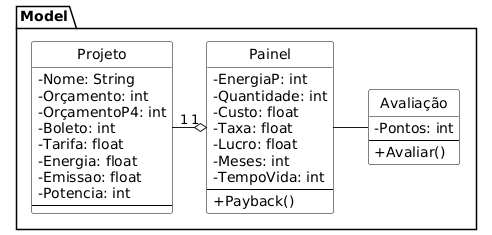
JoaoPinheiross/projeto_avpa keeps this PlantUML diagram as diagramas/diagrama_classe.png. Above is the earlier version. Source of this version:
```plantuml
@startuml
skinparam style strictuml
skinparam Class {
    BackgroundColor white
    BorderColor black
    IconFontSize 0
}

skinparam classAttributeIconSize 0

package "Model" {

class Projeto {
    - Nome: String
    - Orçamento: int
    - OrçamentoP4: int
    - Boleto: int
    - Tarifa: float
    - Energia: float
    - Emissao: float
    - Potencia: int
    --
}

class Painel {
    - EnergiaP: int
    - Quantidade: int
    - Custo: float
    - Taxa: float
    - Lucro: float
    - Meses: int
    - TempoVida: int
    --
    + Payback()
}

class Avaliação {
    - Pontos: int
    --
    + Avaliar()
}

Projeto "1" -r-o "1" Painel
Painel -r- Avaliação

}
@enduml
```
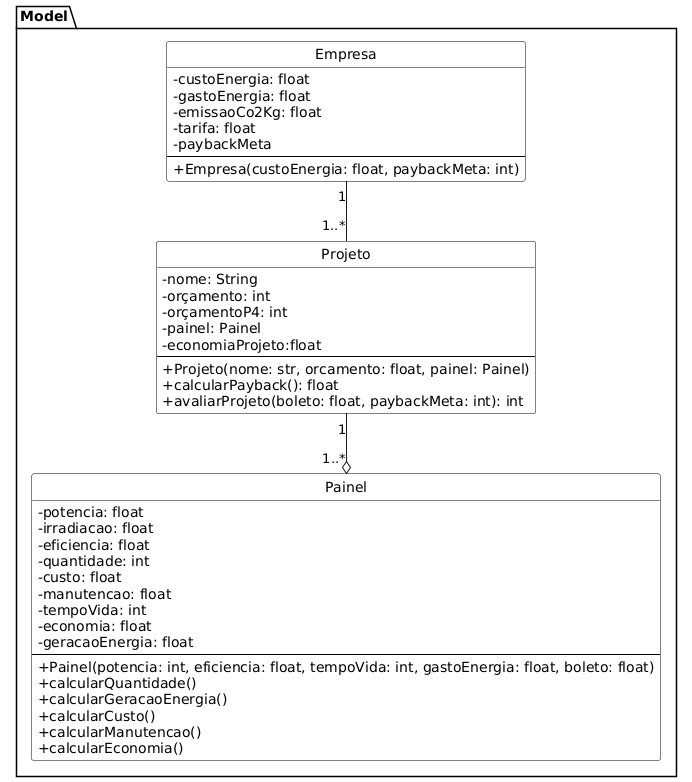
The same diagram one commit later.

Commit message:
Ajust diagrama de classe

Diff of the diagram source:
```diff
@@ -11,37 +11,48 @@
 package "Model" {
 
 class Projeto {
-    - Nome: String
-    - Orçamento: int
-    - OrçamentoP4: int
-    - Boleto: int
-    - Tarifa: float
-    - Energia: float
-    - Emissao: float
-    - Potencia: int
+    - nome: String
+    - orçamento: int
+    - orçamentoP4: int
+    - painel: Painel
+    - economiaProjeto:float
     --
+    + Projeto(nome: str, orcamento: float, painel: Painel)
+    + calcularPayback(): float
+    + avaliarProjeto(boleto: float, paybackMeta: int): int
 }
 
 class Painel {
-    - EnergiaP: int
-    - Quantidade: int
-    - Custo: float
-    - Taxa: float
-    - Lucro: float
-    - Meses: int
-    - TempoVida: int
+    - potencia: float
+    - irradiacao: float
+    - eficiencia: float
+    - quantidade: int
+    - custo: float
+    - manutencao: float
+    - tempoVida: int
+    - economia: float
+    - geracaoEnergia: float
     --
-    + Payback()
+    + Painel(potencia: int, eficiencia: float, tempoVida: int, gastoEnergia: float, boleto: float)
+    + calcularQuantidade()
+    + calcularGeracaoEnergia()
+    + calcularCusto()
+    + calcularManutencao()
+    + calcularEconomia()
 }
 
-class Avaliação {
-    - Pontos: int
+class Empresa {
+    - custoEnergia: float
+    - gastoEnergia: float
+    - emissaoCo2Kg: float
+    - tarifa: float
+    - paybackMeta
     --
-    + Avaliar()
+    + Empresa(custoEnergia: float, paybackMeta: int)
 }
 
-Projeto "1" -r-o "1" Painel
-Painel -r- Avaliação
+Projeto "1" --o "1..*" Painel
+Empresa "1" -- "1..*" Projeto
 
 }
 @enduml
```
